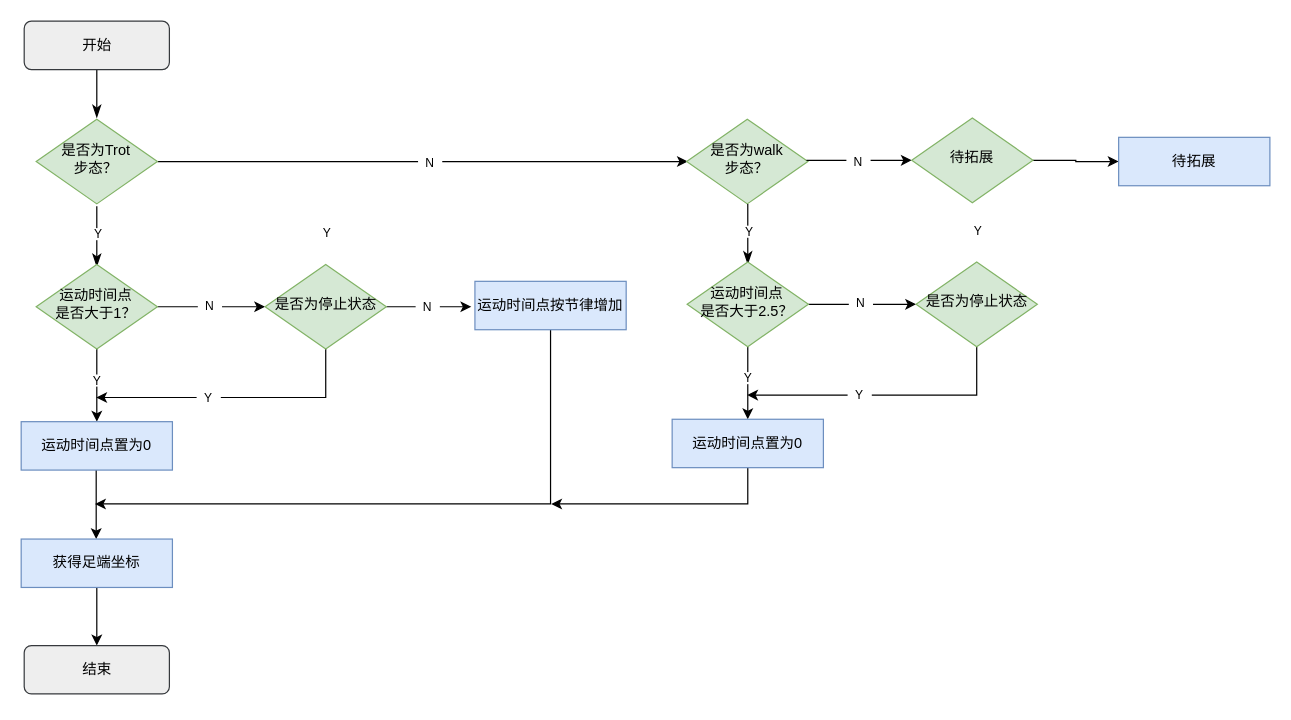
This is 步态切换器.drawio from KAZAMA-DREAM/picture, a draw.io file, before an edit. Source tidied: cells renumbered, new cells numbered last; positions are measured from the earlier drawing's top-left corner, leaving out a move shared by most shapes. Both pictures are drawn from the tidied source at 121%, with x=0, y=0 at pixel (21, 21).
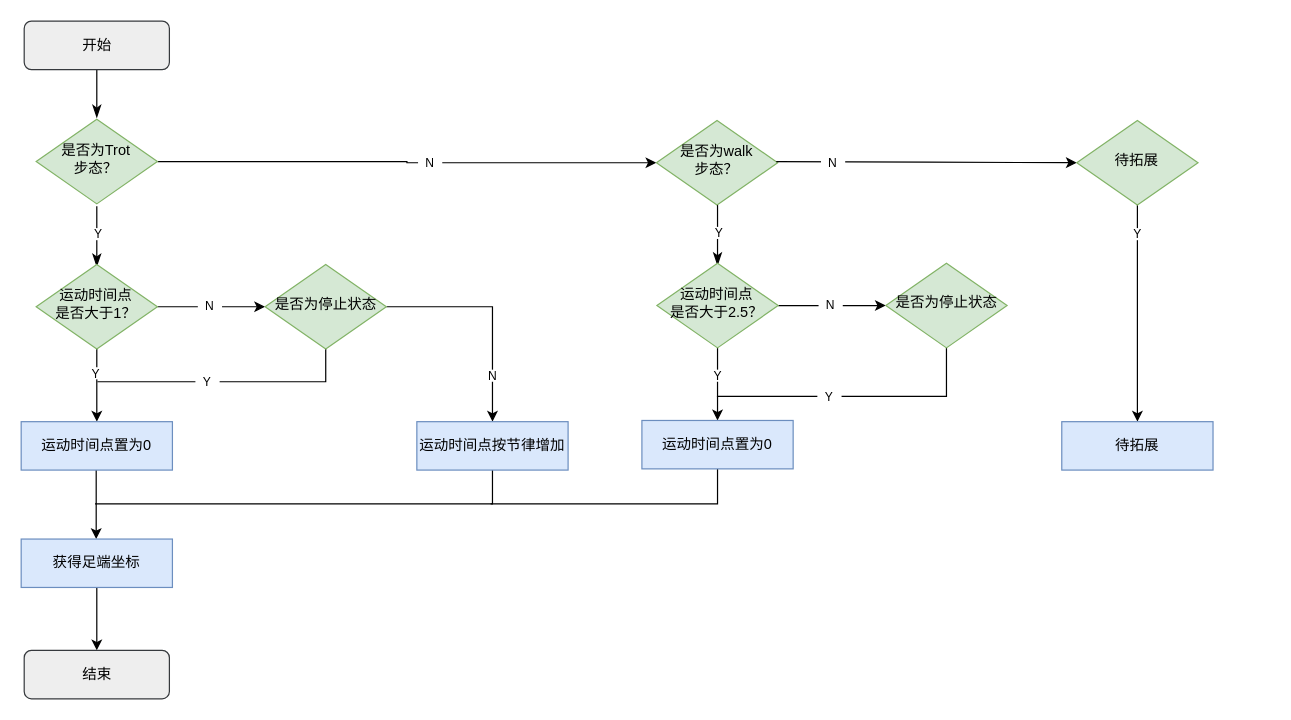
The same diagram, later.

Commit message:
更新步态切换器.drawio

Unchanged cells that the change refers to:
```xml
<mxCell id="6" value="&lt;font style=&quot;font-size: 12px;&quot;&gt;是否为Trot&lt;br&gt;步态？&lt;/font&gt;" style="rhombus;whiteSpace=wrap;html=1;shadow=0;fontFamily=Helvetica;fontSize=12;align=center;strokeWidth=1;spacing=6;spacingTop=-4;fillColor=#d5e8d4;strokeColor=#82b366;" parent="1" vertex="1">
  <mxGeometry x="12.4" y="81" width="100.2" height="70" as="geometry" />
</mxCell>
<mxCell id="24" value="是否为停止状态" style="rhombus;whiteSpace=wrap;html=1;shadow=0;fontFamily=Helvetica;fontSize=12;align=center;strokeWidth=1;spacing=6;spacingTop=-4;fillColor=#d5e8d4;strokeColor=#82b366;" parent="1" vertex="1">
  <mxGeometry x="201.6" y="201" width="100.2" height="70" as="geometry" />
</mxCell>
```

What changed in the source:
```diff
@@
-    <mxCell id="5" style="edgeStyle=orthogonalEdgeStyle;rounded=0;jettySize=auto;html=1;" parent="1" edge="1" source="6">
-      <mxGeometry relative="1" as="geometry">
-        <mxPoint x="551" y="116" as="targetPoint" />
-      </mxGeometry>
+    <mxCell id="5" style="edgeStyle=orthogonalEdgeStyle;rounded=0;jettySize=auto;html=1;entryX=0;entryY=0.5;entryDx=0;entryDy=0;" parent="1" edge="1" source="6" target="9">
+      <mxGeometry relative="1" as="geometry" />
     </mxCell>
@@
     <mxCell id="9" value="&lt;font style=&quot;font-size: 12px;&quot;&gt;是否为walk&lt;br&gt;步态？&lt;/font&gt;" style="rhombus;whiteSpace=wrap;html=1;shadow=0;fontFamily=Helvetica;fontSize=12;align=center;strokeWidth=1;spacing=6;spacingTop=-4;fillColor=#d5e8d4;strokeColor=#82b366;" parent="1" vertex="1">
-      <mxGeometry x="550" y="81" width="100.2" height="70" as="geometry" />
+      <mxGeometry x="525" y="82" width="100.2" height="70" as="geometry" />
     </mxCell>
-    <mxCell id="10" value="&lt;font style=&quot;font-size: 10px;&quot;&gt;Y&lt;/font&gt;" style="text;html=1;strokeColor=none;fillColor=default;align=center;verticalAlign=middle;whiteSpace=wrap;rounded=0;" parent="1" vertex="1">
-      <mxGeometry x="243" y="170" width="20" height="10" as="geometry" />
-    </mxCell>
-    <mxCell id="11" style="edgeStyle=orthogonalEdgeStyle;rounded=0;orthogonalLoop=1;jettySize=auto;html=1;" parent="1" edge="1">
+    <mxCell id="11" style="edgeStyle=orthogonalEdgeStyle;rounded=0;jettySize=auto;html=1;entryX=0;entryY=0.5;entryDx=0;entryDy=0;" parent="1" edge="1" target="14">
       <mxGeometry relative="1" as="geometry">
-        <mxPoint x="649" y="115" as="sourcePoint" />
-        <mxPoint x="736" y="115" as="targetPoint" />
+        <mxPoint x="624" y="116" as="sourcePoint" />
       </mxGeometry>
     </mxCell>
     <mxCell id="12" value="&lt;font style=&quot;font-size: 10px;&quot;&gt;N&lt;/font&gt;" style="text;html=1;strokeColor=none;fillColor=default;align=center;verticalAlign=middle;whiteSpace=wrap;rounded=0;" parent="1" vertex="1">
-      <mxGeometry x="682" y="111" width="20" height="10" as="geometry" />
+      <mxGeometry x="661" y="112" width="20" height="10" as="geometry" />
     </mxCell>
@@
     <mxCell id="14" value="待拓展" style="rhombus;whiteSpace=wrap;html=1;shadow=0;fontFamily=Helvetica;fontSize=12;align=center;strokeWidth=1;spacing=6;spacingTop=-4;fillColor=#d5e8d4;strokeColor=#82b366;" parent="1" vertex="1">
-      <mxGeometry x="736" y="80" width="100.2" height="70" as="geometry" />
+      <mxGeometry x="872.4" y="82" width="100.2" height="70" as="geometry" />
     </mxCell>
     <mxCell id="15" value="待拓展" style="rounded=0;whiteSpace=wrap;html=1;fillColor=#dae8fc;strokeColor=#6c8ebf;" parent="1" vertex="1">
-      <mxGeometry x="907" y="96" width="125" height="40" as="geometry" />
+      <mxGeometry x="860" y="331" width="125" height="40" as="geometry" />
     </mxCell>
@@
-    <mxCell id="21" value="&lt;font style=&quot;font-size: 10px;&quot;&gt;Y&lt;/font&gt;" style="text;html=1;strokeColor=none;fillColor=default;align=center;verticalAlign=middle;whiteSpace=wrap;rounded=0;" parent="1" vertex="1">
-      <mxGeometry x="53" y="292" width="20" height="10" as="geometry" />
-    </mxCell>
-    <mxCell id="22" style="edgeStyle=orthogonalEdgeStyle;rounded=0;jettySize=auto;html=1;" parent="1" edge="1" source="24">
+    <mxCell id="22" style="edgeStyle=orthogonalEdgeStyle;rounded=0;jettySize=auto;html=1;endArrow=none;endFill=0;" parent="1" edge="1" source="24">
       <mxGeometry relative="1" as="geometry">
-        <mxPoint x="62" y="311" as="targetPoint" />
+        <mxPoint x="63" y="298" as="targetPoint" />
         <Array as="points">
-          <mxPoint x="252" y="311" />
+          <mxPoint x="252" y="298" />
+          <mxPoint x="64" y="298" />
         </Array>
       </mxGeometry>
     </mxCell>
-    <mxCell id="23" style="edgeStyle=orthogonalEdgeStyle;rounded=0;jettySize=auto;html=1;" parent="1" edge="1" source="24">
-      <mxGeometry relative="1" as="geometry">
-        <mxPoint x="372" y="236" as="targetPoint" />
-      </mxGeometry>
+    <mxCell id="23" style="edgeStyle=orthogonalEdgeStyle;rounded=0;jettySize=auto;html=1;entryX=0.5;entryY=0;entryDx=0;entryDy=0;" parent="1" edge="1" source="24" target="29">
+      <mxGeometry relative="1" as="geometry" />
     </mxCell>
@@
     <mxCell id="26" value="&lt;font style=&quot;font-size: 10px;&quot;&gt;Y&lt;/font&gt;" style="text;html=1;strokeColor=none;fillColor=default;align=center;verticalAlign=middle;whiteSpace=wrap;rounded=0;" parent="1" vertex="1">
-      <mxGeometry x="145" y="306" width="20" height="10" as="geometry" />
+      <mxGeometry x="52" y="286" width="20" height="10" as="geometry" />
     </mxCell>
     <mxCell id="27" value="&lt;font style=&quot;font-size: 10px;&quot;&gt;N&lt;/font&gt;" style="text;html=1;strokeColor=none;fillColor=default;align=center;verticalAlign=middle;whiteSpace=wrap;rounded=0;" parent="1" vertex="1">
-      <mxGeometry x="326" y="231" width="20" height="10" as="geometry" />
+      <mxGeometry x="380" y="288" width="20" height="10" as="geometry" />
     </mxCell>
-    <mxCell id="28" style="edgeStyle=orthogonalEdgeStyle;rounded=0;jettySize=auto;html=1;" parent="1" edge="1" source="29">
+    <mxCell id="28" style="edgeStyle=orthogonalEdgeStyle;rounded=0;jettySize=auto;html=1;exitX=0.5;exitY=1;exitDx=0;exitDy=0;endArrow=none;endFill=0;" parent="1" edge="1" source="29">
       <mxGeometry relative="1" as="geometry">
         <mxPoint x="61" y="399" as="targetPoint" />
         <Array as="points">
-          <mxPoint x="438" y="399" />
-          <mxPoint x="98" y="399" />
+          <mxPoint x="389" y="399" />
         </Array>
       </mxGeometry>
     </mxCell>
     <mxCell id="29" value="运动时间点按节律增加" style="rounded=0;whiteSpace=wrap;html=1;fillColor=#dae8fc;strokeColor=#6c8ebf;" parent="1" vertex="1">
-      <mxGeometry x="375" y="215" width="125" height="40" as="geometry" />
+      <mxGeometry x="327" y="331" width="125" height="40" as="geometry" />
     </mxCell>
@@
     <mxCell id="32" value="结束" style="rounded=1;whiteSpace=wrap;html=1;fontSize=12;glass=0;strokeWidth=1;shadow=0;fillColor=#eeeeee;strokeColor=#36393d;" parent="1" vertex="1">
-      <mxGeometry x="2.5" y="516" width="120" height="40" as="geometry" />
+      <mxGeometry x="2.5" y="520" width="120" height="40" as="geometry" />
     </mxCell>
     <mxCell id="33" style="rounded=0;html=1;jettySize=auto;orthogonalLoop=1;fontSize=11;endArrow=classicThin;endFill=1;endSize=8;strokeWidth=1;shadow=0;labelBackgroundColor=none;edgeStyle=orthogonalEdgeStyle;exitX=0.5;exitY=1;exitDx=0;exitDy=0;" parent="1" edge="1">
       <mxGeometry relative="1" as="geometry">
-        <mxPoint x="600.5" y="151" as="sourcePoint" />
-        <mxPoint x="600.5" y="201" as="targetPoint" />
+        <mxPoint x="575.5" y="152" as="sourcePoint" />
+        <mxPoint x="575.5" y="202" as="targetPoint" />
       </mxGeometry>
     </mxCell>
     <mxCell id="34" value="&lt;font style=&quot;font-size: 10px;&quot;&gt;Y&lt;/font&gt;" style="text;html=1;strokeColor=none;fillColor=default;align=center;verticalAlign=middle;whiteSpace=wrap;rounded=0;" parent="1" vertex="1">
-      <mxGeometry x="592" y="169" width="20" height="10" as="geometry" />
+      <mxGeometry x="567" y="170" width="20" height="10" as="geometry" />
     </mxCell>
     <mxCell id="35" value="&lt;font style=&quot;font-size: 10px;&quot;&gt;Y&lt;/font&gt;" style="text;html=1;strokeColor=none;fillColor=default;align=center;verticalAlign=middle;whiteSpace=wrap;rounded=0;" parent="1" vertex="1">
-      <mxGeometry x="781" y="168" width="20" height="10" as="geometry" />
+      <mxGeometry x="913" y="171" width="20" height="10" as="geometry" />
     </mxCell>
@@
     <mxCell id="38" value="&lt;font style=&quot;font-size: 12px;&quot;&gt;运动时间点&lt;br&gt;是否大于2.5？&lt;/font&gt;" style="rhombus;whiteSpace=wrap;html=1;shadow=0;fontFamily=Helvetica;fontSize=12;align=center;strokeWidth=1;spacing=6;spacingTop=-4;fillColor=#d5e8d4;strokeColor=#82b366;" parent="1" vertex="1">
-      <mxGeometry x="550.4" y="199" width="100.2" height="70" as="geometry" />
+      <mxGeometry x="525.4" y="200" width="100.2" height="70" as="geometry" />
     </mxCell>
-    <mxCell id="39" style="edgeStyle=orthogonalEdgeStyle;rounded=0;jettySize=auto;html=1;" parent="1" edge="1" source="40">
+    <mxCell id="39" style="edgeStyle=orthogonalEdgeStyle;rounded=0;jettySize=auto;html=1;endArrow=none;endFill=0;exitX=0.5;exitY=1;exitDx=0;exitDy=0;" parent="1" edge="1" source="40">
       <mxGeometry relative="1" as="geometry">
-        <mxPoint x="438" y="399" as="targetPoint" />
+        <mxPoint x="388" y="399" as="targetPoint" />
         <Array as="points">
-          <mxPoint x="601" y="399" />
+          <mxPoint x="576" y="399" />
         </Array>
       </mxGeometry>
     </mxCell>
     <mxCell id="40" value="运动时间点置为0" style="rounded=0;whiteSpace=wrap;html=1;fillColor=#dae8fc;strokeColor=#6c8ebf;" parent="1" vertex="1">
-      <mxGeometry x="538" y="329" width="125" height="40" as="geometry" />
+      <mxGeometry x="513" y="330" width="125" height="40" as="geometry" />
     </mxCell>
     <mxCell id="41" value="&lt;font style=&quot;font-size: 10px;&quot;&gt;Y&lt;/font&gt;" style="text;html=1;strokeColor=none;fillColor=default;align=center;verticalAlign=middle;whiteSpace=wrap;rounded=0;" parent="1" vertex="1">
-      <mxGeometry x="591" y="290" width="20" height="10" as="geometry" />
+      <mxGeometry x="566" y="288" width="20" height="10" as="geometry" />
     </mxCell>
-    <mxCell id="42" style="edgeStyle=orthogonalEdgeStyle;rounded=0;jettySize=auto;html=1;" parent="1" edge="1" source="43">
+    <mxCell id="42" style="edgeStyle=orthogonalEdgeStyle;rounded=0;jettySize=auto;html=1;endArrow=none;endFill=0;" parent="1" edge="1" source="43">
       <mxGeometry relative="1" as="geometry">
-        <mxPoint x="600" y="309" as="targetPoint" />
+        <mxPoint x="575" y="310" as="targetPoint" />
         <Array as="points">
-          <mxPoint x="790" y="309" />
+          <mxPoint x="765" y="310" />
         </Array>
       </mxGeometry>
     </mxCell>
     <mxCell id="43" value="是否为停止状态" style="rhombus;whiteSpace=wrap;html=1;shadow=0;fontFamily=Helvetica;fontSize=12;align=center;strokeWidth=1;spacing=6;spacingTop=-4;fillColor=#d5e8d4;strokeColor=#82b366;" parent="1" vertex="1">
-      <mxGeometry x="739.6" y="199" width="100.2" height="70" as="geometry" />
+      <mxGeometry x="714.6" y="200" width="100.2" height="70" as="geometry" />
     </mxCell>
     <mxCell id="44" value="&lt;font style=&quot;font-size: 10px;&quot;&gt;N&lt;/font&gt;" style="text;html=1;strokeColor=none;fillColor=default;align=center;verticalAlign=middle;whiteSpace=wrap;rounded=0;" parent="1" vertex="1">
-      <mxGeometry x="684" y="228" width="20" height="10" as="geometry" />
+      <mxGeometry x="659" y="229" width="20" height="10" as="geometry" />
     </mxCell>
     <mxCell id="45" value="&lt;font style=&quot;font-size: 10px;&quot;&gt;Y&lt;/font&gt;" style="text;html=1;strokeColor=none;fillColor=default;align=center;verticalAlign=middle;whiteSpace=wrap;rounded=0;" parent="1" vertex="1">
-      <mxGeometry x="683" y="304" width="20" height="10" as="geometry" />
+      <mxGeometry x="658" y="305" width="20" height="10" as="geometry" />
     </mxCell>
+    <mxCell id="46" value="&lt;font style=&quot;font-size: 10px;&quot;&gt;Y&lt;/font&gt;" style="text;html=1;strokeColor=none;fillColor=default;align=center;verticalAlign=middle;whiteSpace=wrap;rounded=0;" parent="1" vertex="1">
+      <mxGeometry x="144" y="293" width="20" height="10" as="geometry" />
+    </mxCell>
```
